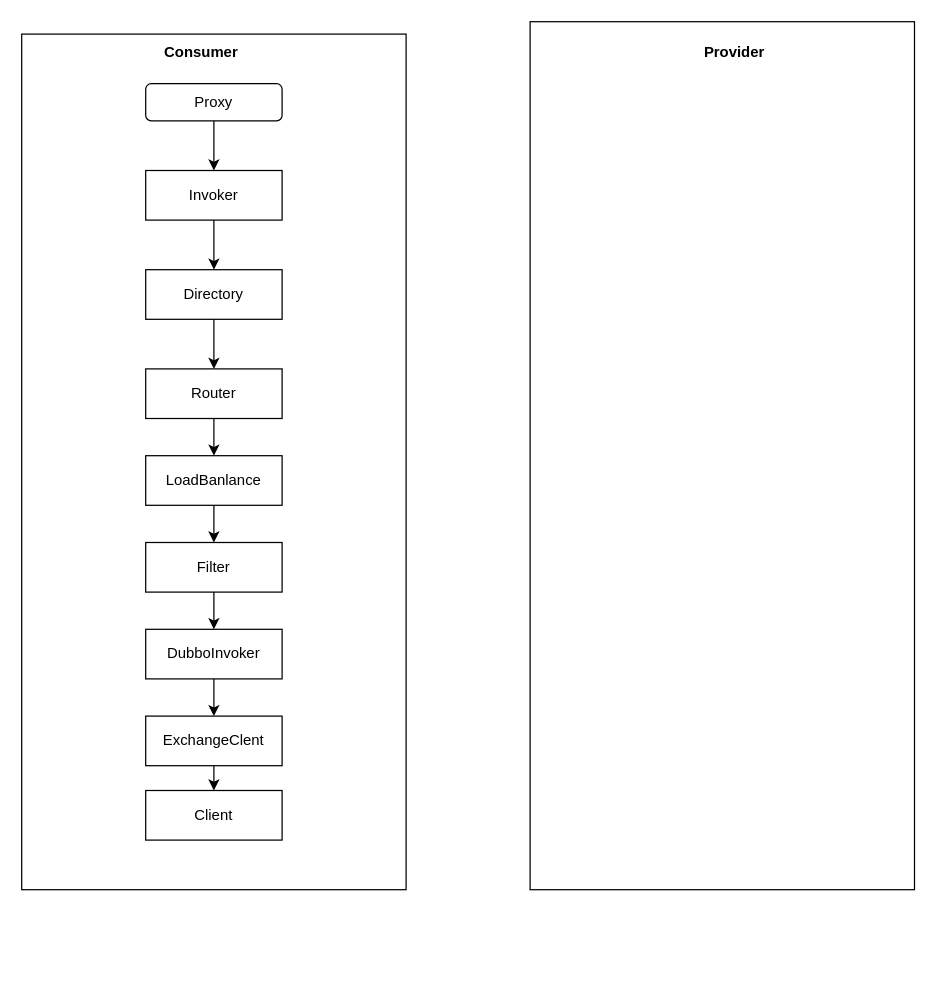
Before: drowio/dubbo/dubbo远程调用流程图.drawio in allen1995/allen-git, a draw.io diagram. Source tidied: cells renumbered, new cells numbered last; positions are measured from the earlier drawing's top-left corner, leaving out a move shared by most shapes. Both pictures are drawn from the tidied source at 124%, with x=0, y=0 at pixel (21, 21).
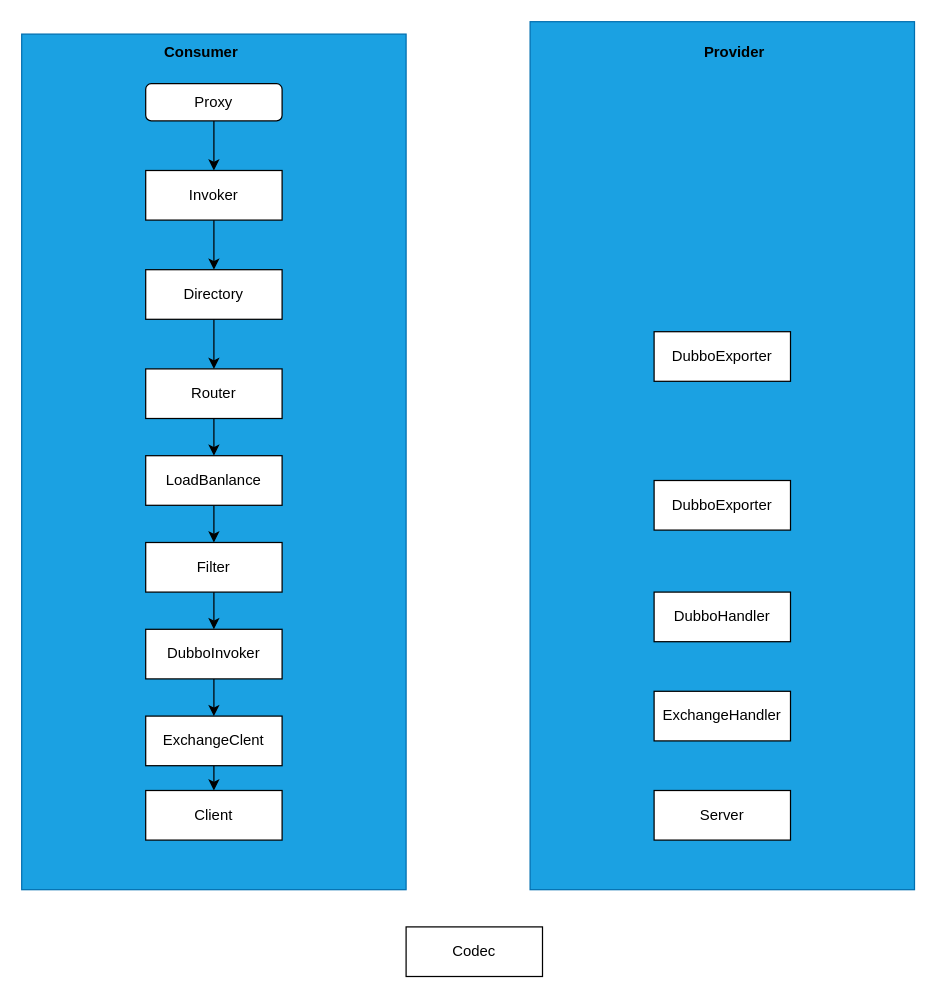
After the change.

What changed in the source:
```diff
@@
-    <mxCell id="2" value="&lt;div&gt;&lt;/div&gt;" style="rounded=0;whiteSpace=wrap;html=1;align=left;" parent="1" vertex="1">
+    <mxCell id="2" value="&lt;div&gt;&lt;/div&gt;" style="rounded=0;whiteSpace=wrap;html=1;align=left;fillColor=#1ba1e2;strokeColor=#006EAF;fontColor=#ffffff;" parent="1" vertex="1">
       <mxGeometry y="10" width="310" height="690" as="geometry" />
     </mxCell>
@@
-    <mxCell id="4" value="&lt;div&gt;&lt;/div&gt;" style="rounded=0;whiteSpace=wrap;html=1;align=left;" parent="1" vertex="1">
+    <mxCell id="4" value="&lt;div&gt;&lt;/div&gt;" style="rounded=0;whiteSpace=wrap;html=1;align=left;fillColor=#1ba1e2;strokeColor=#006EAF;fontColor=#ffffff;" parent="1" vertex="1">
       <mxGeometry x="410" width="310" height="700" as="geometry" />
     </mxCell>
@@
+    <mxCell id="23" value="Codec" style="rounded=0;whiteSpace=wrap;html=1;" parent="1" vertex="1">
+      <mxGeometry x="310" y="730" width="110" height="40" as="geometry" />
+    </mxCell>
+    <mxCell id="24" value="Server" style="rounded=0;whiteSpace=wrap;html=1;" parent="1" vertex="1">
+      <mxGeometry x="510" y="620" width="110" height="40" as="geometry" />
+    </mxCell>
+    <mxCell id="25" value="ExchangeHandler" style="rounded=0;whiteSpace=wrap;html=1;" parent="1" vertex="1">
+      <mxGeometry x="510" y="540" width="110" height="40" as="geometry" />
+    </mxCell>
+    <mxCell id="26" value="DubboHandler" style="rounded=0;whiteSpace=wrap;html=1;" parent="1" vertex="1">
+      <mxGeometry x="510" y="460" width="110" height="40" as="geometry" />
+    </mxCell>
+    <mxCell id="27" value="DubboExporter" style="rounded=0;whiteSpace=wrap;html=1;" parent="1" vertex="1">
+      <mxGeometry x="510" y="370" width="110" height="40" as="geometry" />
+    </mxCell>
+    <mxCell id="28" value="DubboExporter" style="rounded=0;whiteSpace=wrap;html=1;" parent="1" vertex="1">
+      <mxGeometry x="510" y="250" width="110" height="40" as="geometry" />
+    </mxCell>
```
